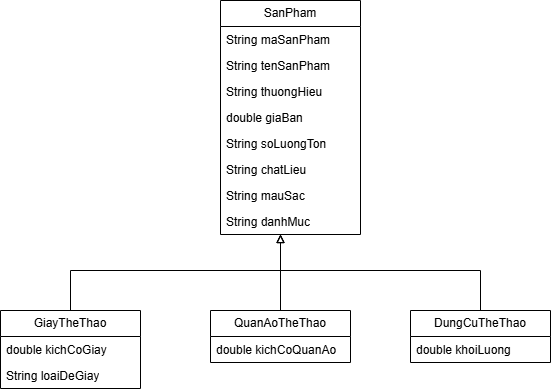
Earlier version of the draw.io export images/inheritance-polymorphism.png (Mut2407/oop-k22-26). Source tidied: cells renumbered, new cells last; positions are measured from the earlier drawing's top-left corner, leaving out a move shared by most shapes. The source it was exported from:
```xml
<mxGraphModel>
  <root>
    <mxCell id="0" />
    <mxCell id="1" parent="0" />
    <mxCell id="2" value="SanPham" style="swimlane;fontStyle=0;horizontal=1;startSize=26;fillColor=none;whiteSpace=wrap;html=1;" parent="1" vertex="1">
      <mxGeometry x="220" width="140" height="234" as="geometry" />
    </mxCell>
    <mxCell id="3" value="String maSanPham" style="text;strokeColor=none;fillColor=none;align=left;verticalAlign=top;spacingLeft=4;spacingRight=4;overflow=hidden;whiteSpace=wrap;html=1;" parent="2" vertex="1">
      <mxGeometry y="26" width="140" height="26" as="geometry" />
    </mxCell>
    <mxCell id="4" value="String tenSanPham" style="text;strokeColor=none;fillColor=none;align=left;verticalAlign=top;spacingLeft=4;spacingRight=4;overflow=hidden;whiteSpace=wrap;html=1;" parent="2" vertex="1">
      <mxGeometry y="52" width="140" height="26" as="geometry" />
    </mxCell>
    <mxCell id="5" value="String thuongHieu" style="text;strokeColor=none;fillColor=none;align=left;verticalAlign=top;spacingLeft=4;spacingRight=4;overflow=hidden;whiteSpace=wrap;html=1;" parent="2" vertex="1">
      <mxGeometry y="78" width="140" height="26" as="geometry" />
    </mxCell>
    <mxCell id="6" value="double giaBan" style="text;strokeColor=none;fillColor=none;align=left;verticalAlign=top;spacingLeft=4;spacingRight=4;overflow=hidden;whiteSpace=wrap;html=1;" parent="2" vertex="1">
      <mxGeometry y="104" width="140" height="26" as="geometry" />
    </mxCell>
    <mxCell id="7" value="String soLuongTon" style="text;strokeColor=none;fillColor=none;align=left;verticalAlign=top;spacingLeft=4;spacingRight=4;overflow=hidden;whiteSpace=wrap;html=1;" parent="2" vertex="1">
      <mxGeometry y="130" width="140" height="26" as="geometry" />
    </mxCell>
    <mxCell id="8" value="String chatLieu" style="text;strokeColor=none;fillColor=none;align=left;verticalAlign=top;spacingLeft=4;spacingRight=4;overflow=hidden;whiteSpace=wrap;html=1;" parent="2" vertex="1">
      <mxGeometry y="156" width="140" height="26" as="geometry" />
    </mxCell>
    <mxCell id="9" value="String mauSac" style="text;strokeColor=none;fillColor=none;align=left;verticalAlign=top;spacingLeft=4;spacingRight=4;overflow=hidden;whiteSpace=wrap;html=1;" parent="2" vertex="1">
      <mxGeometry y="182" width="140" height="26" as="geometry" />
    </mxCell>
    <mxCell id="10" value="String danhMuc" style="text;strokeColor=none;fillColor=none;align=left;verticalAlign=top;spacingLeft=4;spacingRight=4;overflow=hidden;whiteSpace=wrap;html=1;" parent="2" vertex="1">
      <mxGeometry y="208" width="140" height="26" as="geometry" />
    </mxCell>
    <mxCell id="11" style="edgeStyle=orthogonalEdgeStyle;rounded=0;jettySize=auto;html=1;endArrow=block;endFill=0;" parent="1" edge="1" source="12" target="2">
      <mxGeometry relative="1" as="geometry">
        <Array as="points">
          <mxPoint x="70" y="270" />
          <mxPoint x="280" y="270" />
        </Array>
      </mxGeometry>
    </mxCell>
    <mxCell id="12" value="GiayTheThao" style="swimlane;fontStyle=0;horizontal=1;startSize=26;fillColor=none;whiteSpace=wrap;html=1;" parent="1" vertex="1">
      <mxGeometry y="310" width="140" height="78" as="geometry" />
    </mxCell>
    <mxCell id="13" value="double kichCoGiay" style="text;strokeColor=none;fillColor=none;align=left;verticalAlign=top;spacingLeft=4;spacingRight=4;overflow=hidden;whiteSpace=wrap;html=1;" parent="12" vertex="1">
      <mxGeometry y="26" width="140" height="26" as="geometry" />
    </mxCell>
    <mxCell id="14" value="String loaiDeGiay" style="text;strokeColor=none;fillColor=none;align=left;verticalAlign=top;spacingLeft=4;spacingRight=4;overflow=hidden;whiteSpace=wrap;html=1;" parent="12" vertex="1">
      <mxGeometry y="52" width="140" height="26" as="geometry" />
    </mxCell>
    <mxCell id="15" style="edgeStyle=orthogonalEdgeStyle;rounded=0;jettySize=auto;html=1;endArrow=block;endFill=0;" parent="1" edge="1" source="16" target="2">
      <mxGeometry relative="1" as="geometry">
        <Array as="points">
          <mxPoint x="280" y="270" />
          <mxPoint x="280" y="270" />
        </Array>
      </mxGeometry>
    </mxCell>
    <mxCell id="16" value="QuanAoTheThao" style="swimlane;fontStyle=0;horizontal=1;startSize=26;fillColor=none;whiteSpace=wrap;html=1;" parent="1" vertex="1">
      <mxGeometry x="210" y="310" width="140" height="52" as="geometry" />
    </mxCell>
    <mxCell id="17" value="double kichCoQuanAo" style="text;strokeColor=none;fillColor=none;align=left;verticalAlign=top;spacingLeft=4;spacingRight=4;overflow=hidden;whiteSpace=wrap;html=1;" parent="16" vertex="1">
      <mxGeometry y="26" width="140" height="26" as="geometry" />
    </mxCell>
    <mxCell id="18" style="edgeStyle=orthogonalEdgeStyle;rounded=0;jettySize=auto;html=1;endArrow=block;endFill=0;" parent="1" edge="1" source="19" target="2">
      <mxGeometry relative="1" as="geometry">
        <Array as="points">
          <mxPoint x="480" y="270" />
          <mxPoint x="280" y="270" />
        </Array>
      </mxGeometry>
    </mxCell>
    <mxCell id="19" value="DungCuTheThao" style="swimlane;fontStyle=0;horizontal=1;startSize=26;fillColor=none;whiteSpace=wrap;html=1;" parent="1" vertex="1">
      <mxGeometry x="410" y="310" width="140" height="52" as="geometry" />
    </mxCell>
    <mxCell id="20" value="double khoiLuong" style="text;strokeColor=none;fillColor=none;align=left;verticalAlign=top;spacingLeft=4;spacingRight=4;overflow=hidden;whiteSpace=wrap;html=1;" parent="19" vertex="1">
      <mxGeometry y="26" width="140" height="26" as="geometry" />
    </mxCell>
  </root>
</mxGraphModel>
```
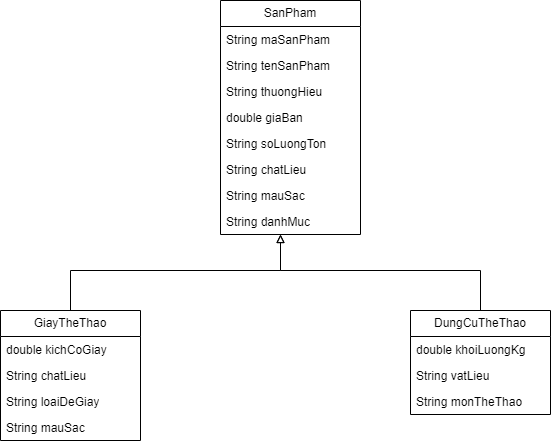
The same file after the commit.

Diff of the diagram source:
```diff
@@ -38,28 +38,20 @@
       </mxGeometry>
     </mxCell>
     <mxCell id="12" value="GiayTheThao" style="swimlane;fontStyle=0;horizontal=1;startSize=26;fillColor=none;whiteSpace=wrap;html=1;" parent="1" vertex="1">
-      <mxGeometry y="310" width="140" height="78" as="geometry" />
+      <mxGeometry y="310" width="140" height="130" as="geometry" />
     </mxCell>
     <mxCell id="13" value="double kichCoGiay" style="text;strokeColor=none;fillColor=none;align=left;verticalAlign=top;spacingLeft=4;spacingRight=4;overflow=hidden;whiteSpace=wrap;html=1;" parent="12" vertex="1">
       <mxGeometry y="26" width="140" height="26" as="geometry" />
     </mxCell>
+    <mxCell id="21" value="String chatLieu" style="text;strokeColor=none;fillColor=none;align=left;verticalAlign=top;spacingLeft=4;spacingRight=4;overflow=hidden;whiteSpace=wrap;html=1;" parent="12" vertex="1">
+      <mxGeometry y="52" width="140" height="26" as="geometry" />
+    </mxCell>
     <mxCell id="14" value="String loaiDeGiay" style="text;strokeColor=none;fillColor=none;align=left;verticalAlign=top;spacingLeft=4;spacingRight=4;overflow=hidden;whiteSpace=wrap;html=1;" parent="12" vertex="1">
-      <mxGeometry y="52" width="140" height="26" as="geometry" />
+      <mxGeometry y="78" width="140" height="26" as="geometry" />
     </mxCell>
-    <mxCell id="15" style="edgeStyle=orthogonalEdgeStyle;rounded=0;jettySize=auto;html=1;endArrow=block;endFill=0;" parent="1" edge="1" source="16" target="2">
-      <mxGeometry relative="1" as="geometry">
-        <Array as="points">
-          <mxPoint x="280" y="270" />
-          <mxPoint x="280" y="270" />
-        </Array>
-      </mxGeometry>
-    </mxCell>
-    <mxCell id="16" value="QuanAoTheThao" style="swimlane;fontStyle=0;horizontal=1;startSize=26;fillColor=none;whiteSpace=wrap;html=1;" parent="1" vertex="1">
-      <mxGeometry x="210" y="310" width="140" height="52" as="geometry" />
-    </mxCell>
-    <mxCell id="17" value="double kichCoQuanAo" style="text;strokeColor=none;fillColor=none;align=left;verticalAlign=top;spacingLeft=4;spacingRight=4;overflow=hidden;whiteSpace=wrap;html=1;" parent="16" vertex="1">
-      <mxGeometry y="26" width="140" height="26" as="geometry" />
-    </mxCell>
+    <mxCell id="22" value="String mauSac" style="text;strokeColor=none;fillColor=none;align=left;verticalAlign=top;spacingLeft=4;spacingRight=4;overflow=hidden;whiteSpace=wrap;html=1;" parent="12" vertex="1">
+      <mxGeometry y="104" width="140" height="26" as="geometry" />
+    </mxCell>
     <mxCell id="18" style="edgeStyle=orthogonalEdgeStyle;rounded=0;jettySize=auto;html=1;endArrow=block;endFill=0;" parent="1" edge="1" source="19" target="2">
       <mxGeometry relative="1" as="geometry">
         <Array as="points">
@@ -69,10 +61,16 @@
       </mxGeometry>
     </mxCell>
     <mxCell id="19" value="DungCuTheThao" style="swimlane;fontStyle=0;horizontal=1;startSize=26;fillColor=none;whiteSpace=wrap;html=1;" parent="1" vertex="1">
-      <mxGeometry x="410" y="310" width="140" height="52" as="geometry" />
+      <mxGeometry x="410" y="310" width="140" height="104" as="geometry" />
     </mxCell>
-    <mxCell id="20" value="double khoiLuong" style="text;strokeColor=none;fillColor=none;align=left;verticalAlign=top;spacingLeft=4;spacingRight=4;overflow=hidden;whiteSpace=wrap;html=1;" parent="19" vertex="1">
+    <mxCell id="20" value="double khoiLuongKg" style="text;strokeColor=none;fillColor=none;align=left;verticalAlign=top;spacingLeft=4;spacingRight=4;overflow=hidden;whiteSpace=wrap;html=1;" parent="19" vertex="1">
       <mxGeometry y="26" width="140" height="26" as="geometry" />
     </mxCell>
+    <mxCell id="23" value="String vatLieu" style="text;strokeColor=none;fillColor=none;align=left;verticalAlign=top;spacingLeft=4;spacingRight=4;overflow=hidden;whiteSpace=wrap;html=1;" parent="19" vertex="1">
+      <mxGeometry y="52" width="140" height="26" as="geometry" />
+    </mxCell>
+    <mxCell id="24" value="String monTheThao" style="text;strokeColor=none;fillColor=none;align=left;verticalAlign=top;spacingLeft=4;spacingRight=4;overflow=hidden;whiteSpace=wrap;html=1;" parent="19" vertex="1">
+      <mxGeometry y="78" width="140" height="26" as="geometry" />
+    </mxCell>
   </root>
 </mxGraphModel>
```
